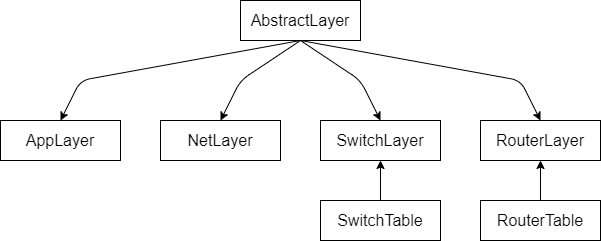
Earlier version of the draw.io export Project1-MinNE-python/report/images/layer-inheritance.png (mrcaidev/computer-network-and-communication-technology). Source tidied: cells renumbered, new cells last; positions are measured from the earlier drawing's top-left corner, leaving out a move shared by most shapes.
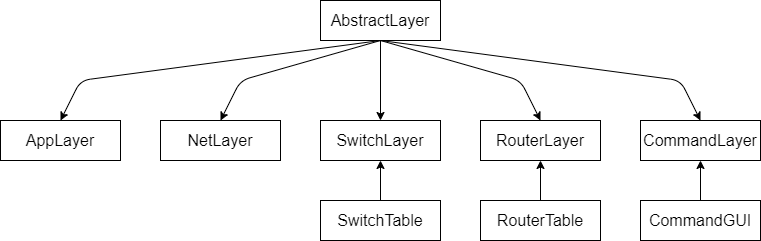
After the change.

What changed in the source:
```diff
@@ -17,11 +17,7 @@
       </mxGeometry>
     </mxCell>
     <mxCell id="4" style="edgeStyle=none;rounded=1;html=1;exitX=0.5;exitY=1;exitDx=0;exitDy=0;entryX=0.5;entryY=0;entryDx=0;entryDy=0;" parent="1" edge="1" source="6" target="9">
-      <mxGeometry relative="1" as="geometry">
-        <Array as="points">
-          <mxPoint x="360" y="80" />
-        </Array>
-      </mxGeometry>
+      <mxGeometry relative="1" as="geometry" />
     </mxCell>
     <mxCell id="5" style="edgeStyle=none;rounded=1;html=1;exitX=0.5;exitY=1;exitDx=0;exitDy=0;entryX=0.5;entryY=0;entryDx=0;entryDy=0;" parent="1" edge="1" source="6" target="10">
       <mxGeometry relative="1" as="geometry">
@@ -30,8 +26,15 @@
         </Array>
       </mxGeometry>
     </mxCell>
+    <mxCell id="15" style="edgeStyle=none;html=1;exitX=0.5;exitY=1;exitDx=0;exitDy=0;entryX=0.5;entryY=0;entryDx=0;entryDy=0;" parent="1" edge="1" source="6" target="16">
+      <mxGeometry relative="1" as="geometry">
+        <Array as="points">
+          <mxPoint x="680" y="80" />
+        </Array>
+      </mxGeometry>
+    </mxCell>
     <mxCell id="6" value="&lt;font style=&quot;font-size: 16px&quot;&gt;AbstractLayer&lt;/font&gt;" style="rounded=0;whiteSpace=wrap;html=1;" parent="1" vertex="1">
-      <mxGeometry x="240" width="120" height="40" as="geometry" />
+      <mxGeometry x="320" width="120" height="40" as="geometry" />
     </mxCell>
     <mxCell id="7" value="&lt;font style=&quot;font-size: 16px&quot;&gt;AppLayer&lt;/font&gt;" style="rounded=0;whiteSpace=wrap;html=1;" parent="1" vertex="1">
       <mxGeometry y="120" width="120" height="40" as="geometry" />
@@ -57,5 +60,14 @@
     <mxCell id="14" value="&lt;font style=&quot;font-size: 16px&quot;&gt;SwitchTable&lt;br&gt;&lt;/font&gt;" style="rounded=0;whiteSpace=wrap;html=1;" parent="1" vertex="1">
       <mxGeometry x="320" y="200" width="120" height="40" as="geometry" />
     </mxCell>
+    <mxCell id="16" value="&lt;font style=&quot;font-size: 16px&quot;&gt;CommandLayer&lt;/font&gt;" style="rounded=0;whiteSpace=wrap;html=1;" parent="1" vertex="1">
+      <mxGeometry x="640" y="120" width="120" height="40" as="geometry" />
+    </mxCell>
+    <mxCell id="17" style="edgeStyle=none;html=1;exitX=0.5;exitY=0;exitDx=0;exitDy=0;entryX=0.5;entryY=1;entryDx=0;entryDy=0;" parent="1" edge="1" source="18" target="16">
+      <mxGeometry relative="1" as="geometry" />
+    </mxCell>
+    <mxCell id="18" value="&lt;font style=&quot;font-size: 16px&quot;&gt;CommandGUI&lt;/font&gt;" style="rounded=0;whiteSpace=wrap;html=1;" parent="1" vertex="1">
+      <mxGeometry x="640" y="200" width="120" height="40" as="geometry" />
+    </mxCell>
   </root>
 </mxGraphModel>
```
